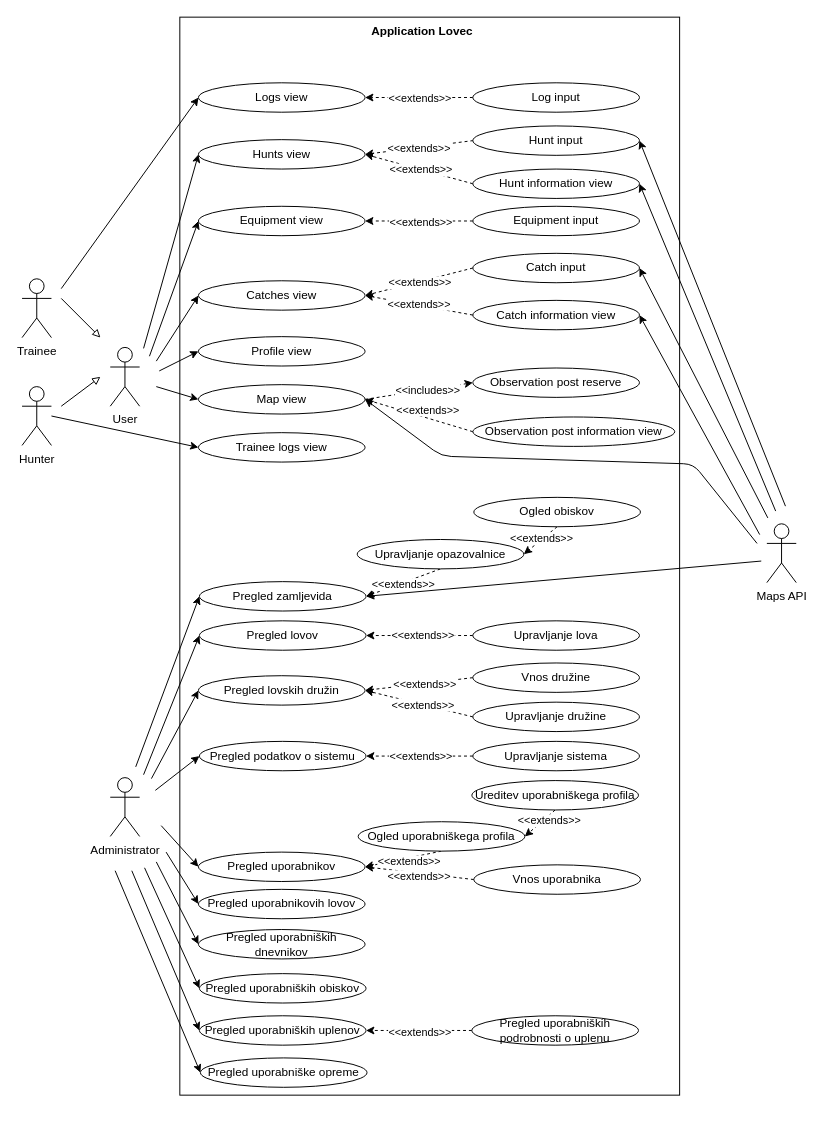
janmerhar/lovec keeps this draw.io diagram as docs/uml/dpu-en.drawio. Above is the earlier version. Source tidied: cells renumbered, new cells numbered last; positions are measured from the earlier drawing's top-left corner, leaving out a move shared by most shapes. Both pictures are drawn from the tidied source at 98%, with x=0, y=0 at pixel (22, 17).
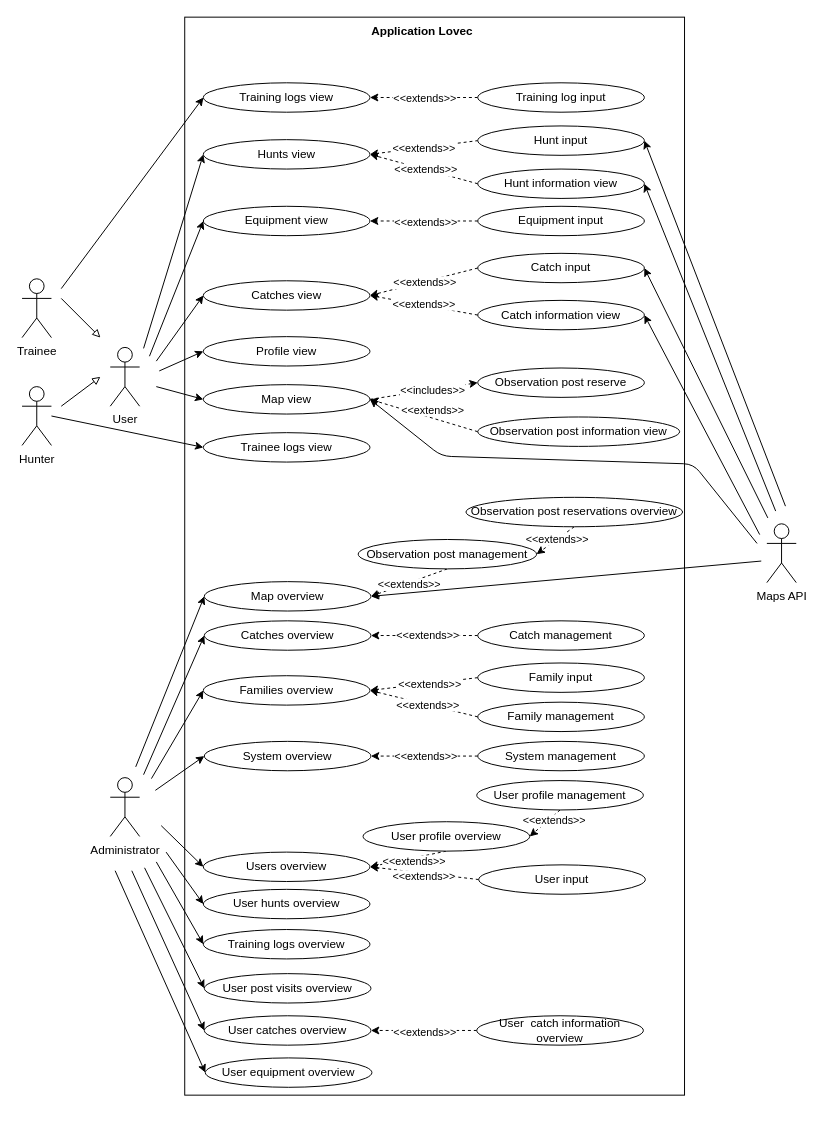
Above is the later version.

Commit message:
add dpu-en.drawio with english translations for administraion use cases

Diff of the diagram source:
```diff
@@
     <mxCell id="9" style="group;" parent="1" vertex="1">
-      <mxGeometry x="160" y="27" width="510" height="1100" as="geometry" />
+      <mxGeometry x="165" y="27" width="517" height="1100" as="geometry" />
     </mxCell>
@@
-    <mxCell id="11" value="Logs view" style="ellipse;whiteSpace=wrap;html=1;" parent="9" vertex="1">
+    <mxCell id="11" value="Training logs view" style="ellipse;whiteSpace=wrap;html=1;" parent="9" vertex="1">
       <mxGeometry x="20" y="40" width="170" height="30" as="geometry" />
     </mxCell>
@@
-    <mxCell id="14" value="Log input" style="ellipse;whiteSpace=wrap;html=1;" parent="9" vertex="1">
+    <mxCell id="14" value="Training log input" style="ellipse;whiteSpace=wrap;html=1;" parent="9" vertex="1">
       <mxGeometry x="300" y="40" width="170" height="30" as="geometry" />
     </mxCell>
@@
-    <mxCell id="42" value="Pregled lovov" style="ellipse;whiteSpace=wrap;html=1;" parent="9" vertex="1">
+    <mxCell id="42" value="Catches overview" style="ellipse;whiteSpace=wrap;html=1;" parent="9" vertex="1">
       <mxGeometry x="21" y="589" width="170" height="30" as="geometry" />
     </mxCell>
-    <mxCell id="43" value="Pregled lovskih družin" style="ellipse;whiteSpace=wrap;html=1;" parent="9" vertex="1">
+    <mxCell id="43" value="Families overview" style="ellipse;whiteSpace=wrap;html=1;" parent="9" vertex="1">
       <mxGeometry x="20" y="645" width="170" height="30" as="geometry" />
     </mxCell>
@@
-    <mxCell id="46" value="Vnos družine" style="ellipse;whiteSpace=wrap;html=1;" parent="9" vertex="1">
+    <mxCell id="46" value="Family input" style="ellipse;whiteSpace=wrap;html=1;" parent="9" vertex="1">
       <mxGeometry x="300" y="632" width="170" height="30" as="geometry" />
     </mxCell>
@@
-    <mxCell id="48" value="Upravljanje družine" style="ellipse;whiteSpace=wrap;html=1;" parent="9" vertex="1">
+    <mxCell id="48" value="Family management" style="ellipse;whiteSpace=wrap;html=1;" parent="9" vertex="1">
       <mxGeometry x="300" y="672" width="170" height="30" as="geometry" />
     </mxCell>
@@
-    <mxCell id="52" value="Upravljanje lova" style="ellipse;whiteSpace=wrap;html=1;" parent="9" vertex="1">
+    <mxCell id="52" value="Catch management" style="ellipse;whiteSpace=wrap;html=1;" parent="9" vertex="1">
       <mxGeometry x="300" y="589" width="170" height="30" as="geometry" />
     </mxCell>
-    <mxCell id="53" value="Pregled podatkov o sistemu" style="ellipse;whiteSpace=wrap;html=1;" parent="9" vertex="1">
+    <mxCell id="53" value="System overview" style="ellipse;whiteSpace=wrap;html=1;" parent="9" vertex="1">
       <mxGeometry x="21" y="712" width="170" height="30" as="geometry" />
     </mxCell>
@@
-    <mxCell id="56" value="Upravljanje sistema" style="ellipse;whiteSpace=wrap;html=1;" parent="9" vertex="1">
+    <mxCell id="56" value="System management" style="ellipse;whiteSpace=wrap;html=1;" parent="9" vertex="1">
       <mxGeometry x="300" y="712" width="170" height="30" as="geometry" />
     </mxCell>
-    <mxCell id="57" value="Pregled uporabnikov" style="ellipse;whiteSpace=wrap;html=1;" parent="9" vertex="1">
+    <mxCell id="57" value="Users overview" style="ellipse;whiteSpace=wrap;html=1;" parent="9" vertex="1">
       <mxGeometry x="20" y="825" width="170" height="30" as="geometry" />
     </mxCell>
@@
-    <mxCell id="60" value="Ogled uporabniškega profila" style="ellipse;whiteSpace=wrap;html=1;" parent="9" vertex="1">
+    <mxCell id="60" value="User profile overview" style="ellipse;whiteSpace=wrap;html=1;" parent="9" vertex="1">
       <mxGeometry x="183" y="794" width="170" height="30" as="geometry" />
     </mxCell>
@@
-    <mxCell id="63" value="Ogled obiskov" style="ellipse;whiteSpace=wrap;html=1;" parent="9" vertex="1">
-      <mxGeometry x="301" y="463" width="170" height="30" as="geometry" />
+    <mxCell id="63" value="Observation post reservations overview" style="ellipse;whiteSpace=wrap;html=1;" parent="9" vertex="1">
+      <mxGeometry x="288" y="463" width="221" height="30" as="geometry" />
     </mxCell>
-    <mxCell id="64" value="Pregled zamljevida" style="ellipse;whiteSpace=wrap;html=1;" parent="9" vertex="1">
+    <mxCell id="64" value="Map overview" style="ellipse;whiteSpace=wrap;html=1;" parent="9" vertex="1">
       <mxGeometry x="21" y="549" width="170" height="30" as="geometry" />
     </mxCell>
@@
-    <mxCell id="67" value="Upravljanje opazovalnice" style="ellipse;whiteSpace=wrap;html=1;" parent="9" vertex="1">
-      <mxGeometry x="182" y="506" width="170" height="30" as="geometry" />
+    <mxCell id="67" value="Observation post management" style="ellipse;whiteSpace=wrap;html=1;" parent="9" vertex="1">
+      <mxGeometry x="178" y="506" width="182" height="30" as="geometry" />
     </mxCell>
@@
-    <mxCell id="70" value="Vnos uporabnika" style="ellipse;whiteSpace=wrap;html=1;" parent="9" vertex="1">
+    <mxCell id="70" value="User input" style="ellipse;whiteSpace=wrap;html=1;" parent="9" vertex="1">
       <mxGeometry x="301" y="838" width="170" height="30" as="geometry" />
     </mxCell>
@@
-    <mxCell id="73" value="Ureditev uporabniškega profila" style="ellipse;whiteSpace=wrap;html=1;" parent="9" vertex="1">
+    <mxCell id="73" value="User profile management" style="ellipse;whiteSpace=wrap;html=1;" parent="9" vertex="1">
       <mxGeometry x="299" y="752" width="170" height="30" as="geometry" />
     </mxCell>
-    <mxCell id="74" value="Pregled uporabniških dnevnikov" style="ellipse;whiteSpace=wrap;html=1;" parent="9" vertex="1">
+    <mxCell id="74" value="Training logs overview" style="ellipse;whiteSpace=wrap;html=1;" parent="9" vertex="1">
       <mxGeometry x="20" y="904" width="170" height="30" as="geometry" />
     </mxCell>
-    <mxCell id="75" value="Pregled uporabniških obiskov" style="ellipse;whiteSpace=wrap;html=1;" parent="9" vertex="1">
+    <mxCell id="75" value="User post visits overview" style="ellipse;whiteSpace=wrap;html=1;" parent="9" vertex="1">
       <mxGeometry x="21" y="949" width="170" height="30" as="geometry" />
     </mxCell>
-    <mxCell id="76" value="Pregled uporabniških uplenov" style="ellipse;whiteSpace=wrap;html=1;" parent="9" vertex="1">
+    <mxCell id="76" value="User catches overview" style="ellipse;whiteSpace=wrap;html=1;" parent="9" vertex="1">
       <mxGeometry x="21" y="992" width="170" height="30" as="geometry" />
     </mxCell>
-    <mxCell id="77" value="Pregled uporabniške opreme" style="ellipse;whiteSpace=wrap;html=1;" parent="9" vertex="1">
+    <mxCell id="77" value="User equipment overview" style="ellipse;whiteSpace=wrap;html=1;" parent="9" vertex="1">
       <mxGeometry x="22" y="1035" width="170" height="30" as="geometry" />
     </mxCell>
-    <mxCell id="78" value="Pregled uporabnikovih lovov" style="ellipse;whiteSpace=wrap;html=1;" parent="9" vertex="1">
+    <mxCell id="78" value="User hunts overview" style="ellipse;whiteSpace=wrap;html=1;" parent="9" vertex="1">
       <mxGeometry x="20" y="863" width="170" height="30" as="geometry" />
     </mxCell>
@@
-    <mxCell id="81" value="Pregled uporabniških podrobnosti o uplenu" style="ellipse;whiteSpace=wrap;html=1;" parent="9" vertex="1">
+    <mxCell id="81" value="User&amp;nbsp; catch information overview" style="ellipse;whiteSpace=wrap;html=1;" parent="9" vertex="1">
       <mxGeometry x="299" y="992" width="170" height="30" as="geometry" />
     </mxCell>
```
